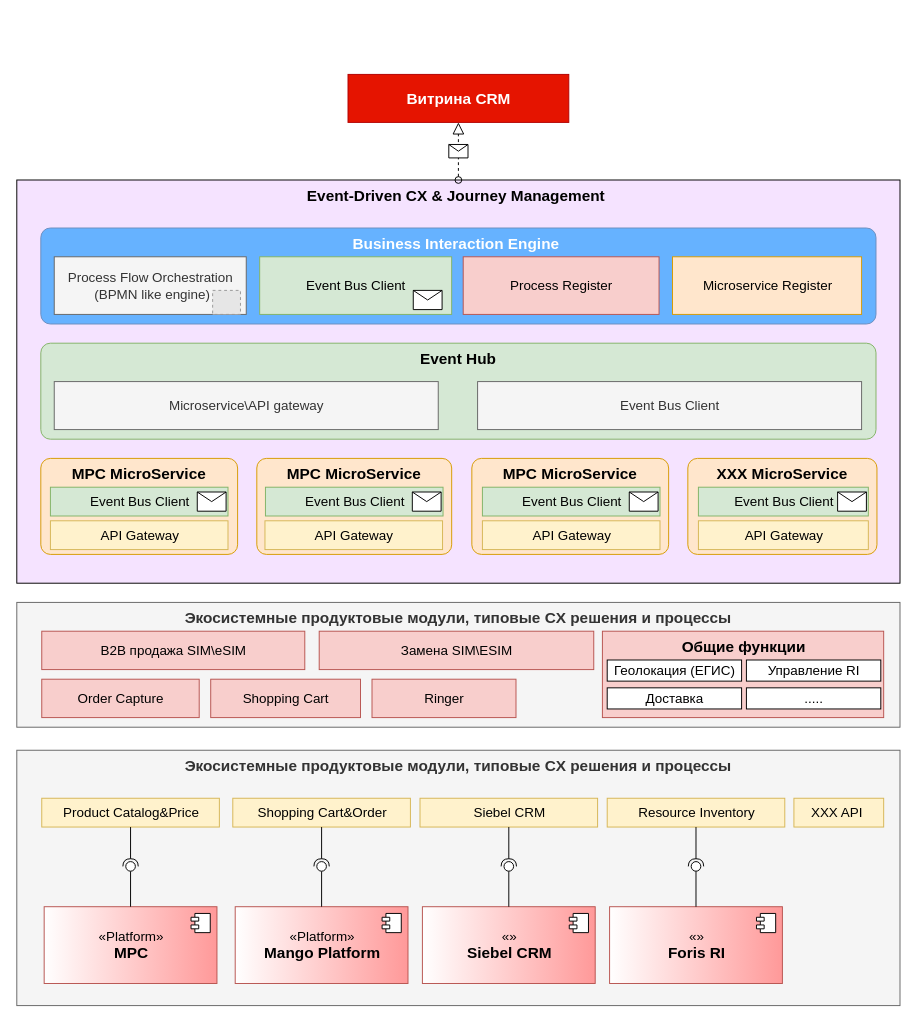
Before: page "b2b" (6 of 9) of ExpApiSchematics.drawio in jwkig/expApi, a draw.io diagram. Source tidied: cells renumbered, new cells numbered last; positions are measured from the earlier drawing's top-left corner, leaving out a move shared by most shapes. Both pictures are drawn from the tidied source at 96%, with x=0, y=0 at pixel (16, 74). Pictures stored in the file or linked from it are replaced by grey dashed boxes.
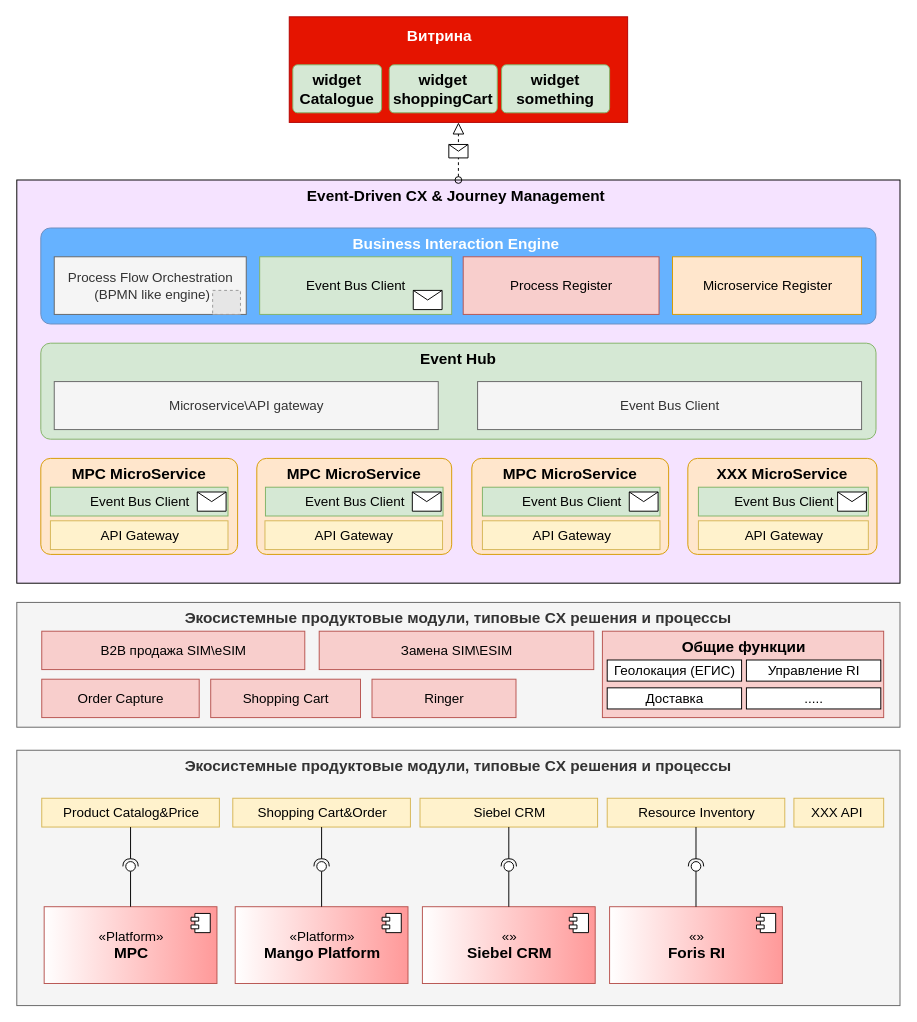
The same page after the edit.

Diff of the diagram source:
```diff
@@
-    <mxCell id="2" value="Витрина CRM" style="html=1;strokeWidth=1;fillColor=#e51400;fontSize=16;align=center;strokeColor=#B20000;fontColor=#ffffff;fontStyle=1;" parent="1" vertex="1">
-      <mxGeometry x="345" width="230" height="50" as="geometry" />
+    <mxCell id="2" style="html=1;strokeWidth=1;fillColor=#e51400;fontSize=16;align=center;strokeColor=#B20000;fontColor=#ffffff;fontStyle=1;" parent="1" vertex="1">
+      <mxGeometry x="283.8" y="-60" width="352.5" height="110" as="geometry" />
     </mxCell>
@@
+    <mxCell id="69" value="widget&#10;Catalogue" style="rounded=1;arcSize=10;strokeColor=#82b366;strokeWidth=1;fontSize=16;align=center;verticalAlign=top;fontStyle=1;fillColor=#d5e8d4;" parent="1" vertex="1">
+      <mxGeometry x="287.5" y="-10" width="92.5" height="50" as="geometry" />
+    </mxCell>
+    <mxCell id="70" value="widget&#10;shoppingCart" style="rounded=1;arcSize=10;strokeColor=#82b366;strokeWidth=1;fontSize=16;align=center;verticalAlign=top;fontStyle=1;fillColor=#d5e8d4;" parent="1" vertex="1">
+      <mxGeometry x="388" y="-10" width="112.5" height="50" as="geometry" />
+    </mxCell>
+    <mxCell id="71" value="Витрина" style="text;html=1;align=center;verticalAlign=middle;fontColor=#FFFFFF;fontStyle=1;fontSize=16;" parent="1" vertex="1">
+      <mxGeometry x="400" y="-50" width="80" height="20" as="geometry" />
+    </mxCell>
+    <mxCell id="72" value="widget&#10;something&#10;" style="rounded=1;arcSize=10;strokeColor=#82b366;strokeWidth=1;fontSize=16;align=center;verticalAlign=top;fontStyle=1;fillColor=#d5e8d4;" parent="1" vertex="1">
+      <mxGeometry x="505" y="-10" width="112.5" height="50" as="geometry" />
+    </mxCell>
```
